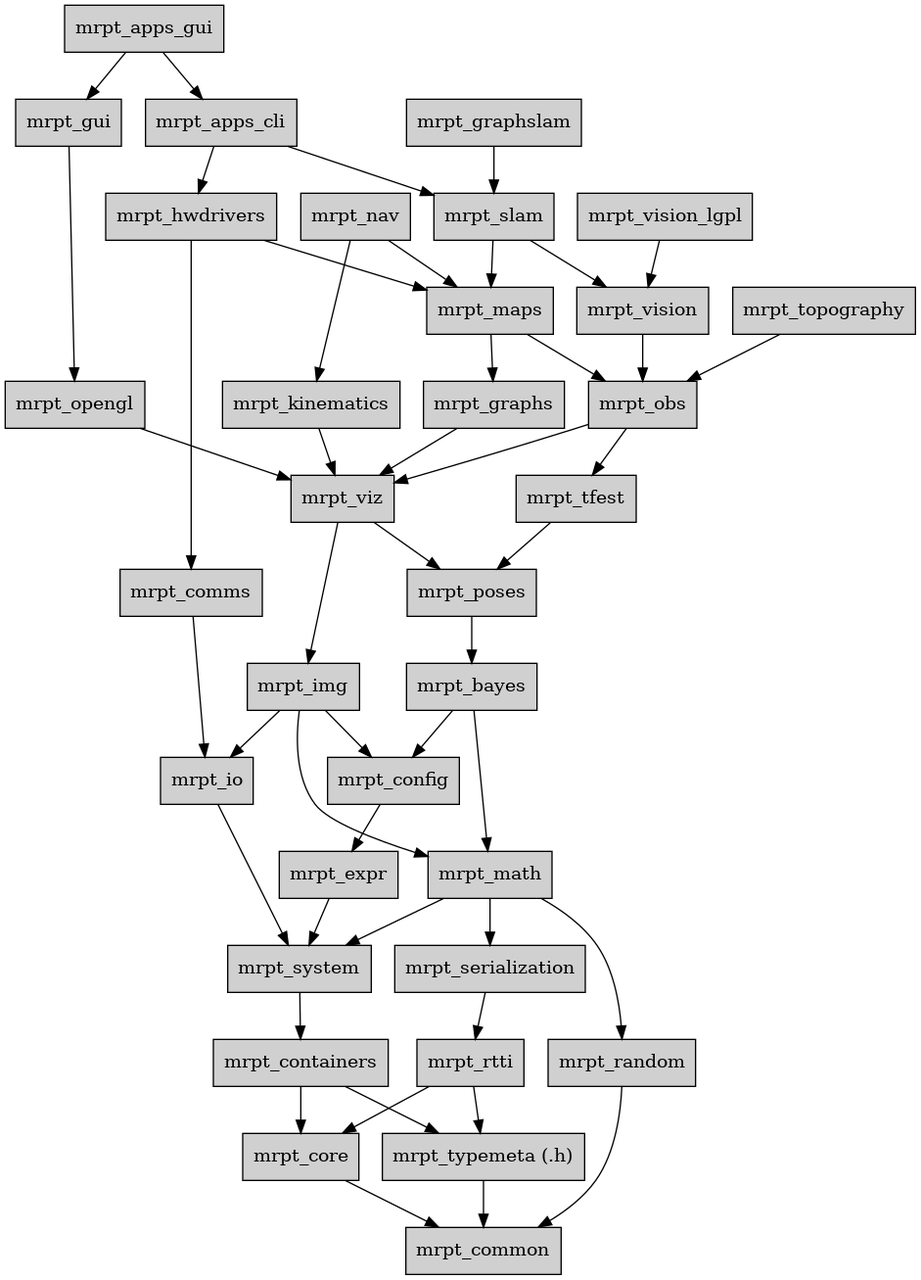
Earlier version of the Graphviz export doc/source/images/graph_mrpt_libs.png (MRPT/mrpt). Its source is kept beside it as doc/source/images/graph_mrpt_libs.dot.
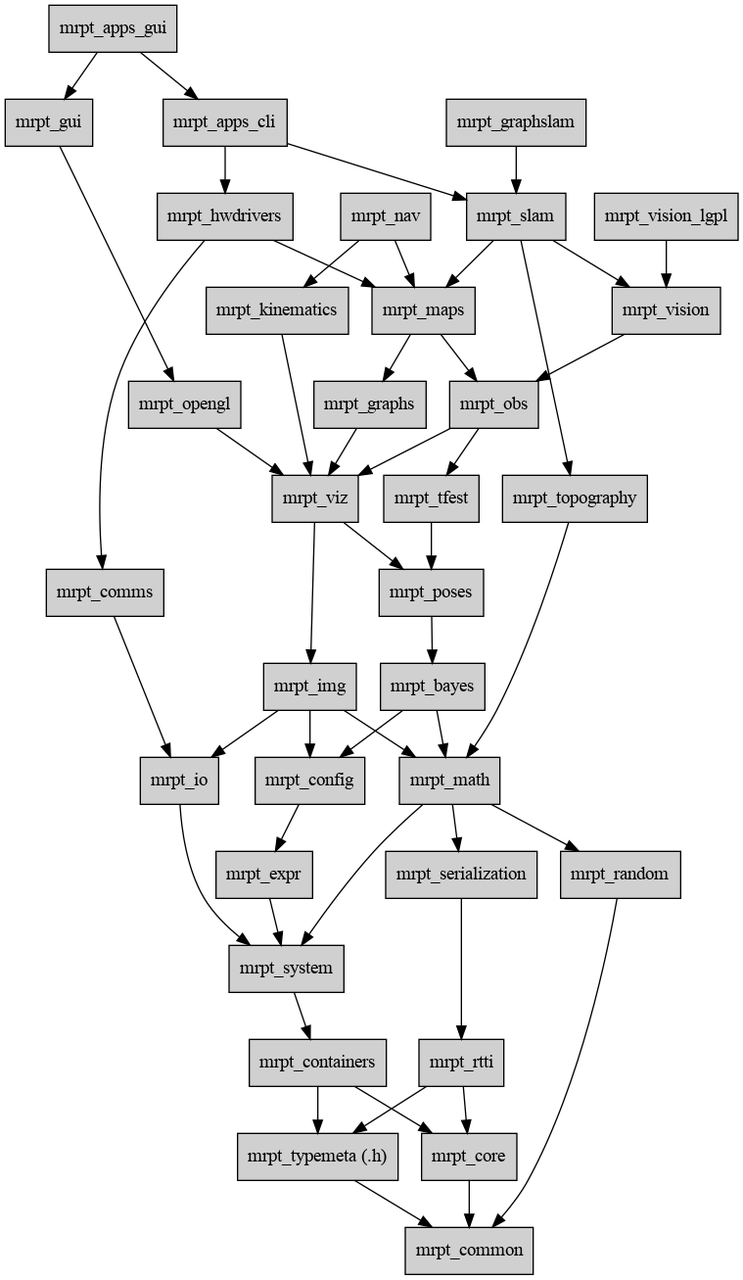
The same diagram one commit later.

Change to the diagram source:
```diff
@@ -96,6 +96,7 @@
 	slam       [label="mrpt_slam",URL="group_mrpt_slam_grp.html"];
 	slam -> maps;
 	slam -> vision;
+	slam -> topography;
 
 	system     [label="mrpt_system",URL="group_mrpt_system_grp.html"];
 	system -> containers;
@@ -104,7 +105,7 @@
 	tfest -> poses;
 
 	topography [label="mrpt_topography",URL="group_mrpt_topography_grp.html"];
-	topography -> obs;
+	topography -> math;
 
 	typemeta [label="mrpt_typemeta (.h)",URL="group_mrpt_typemeta_grp.html"];
 	typemeta -> common;
```
